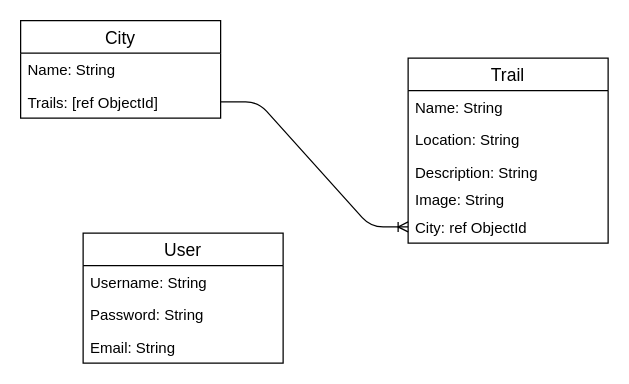
Before: erd.drawio in aliciaroeck/trail-legs-2, a draw.io diagram. Source tidied: cells renumbered, new cells numbered last; positions are measured from the earlier drawing's top-left corner, leaving out a move shared by most shapes. Both pictures are drawn from the tidied source at 125%, with x=0, y=0 at pixel (20, 20).
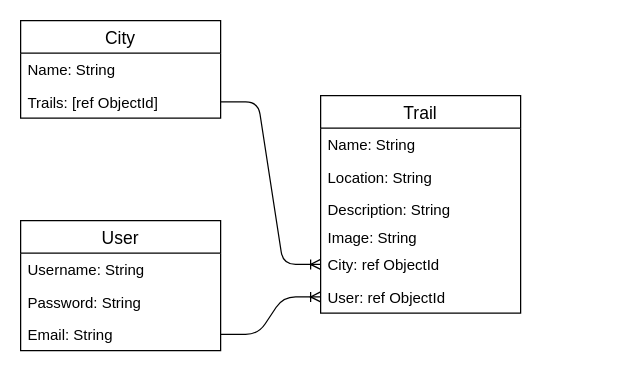
After the change.

Commit message (it also covers changes not shown here):
added User to erd, trail schema, and create route

Diff of the diagram source:
```diff
@@
 <mxGraphModel>
   <root>
     <mxCell id="0" />
     <mxCell id="1" parent="0" />
     <mxCell id="2" value="City" style="swimlane;fontStyle=0;horizontal=1;startSize=26;align=center;fontSize=14;" parent="1" vertex="1">
       <mxGeometry width="160" height="78" as="geometry" />
     </mxCell>
     <mxCell id="3" value="Name: String" style="text;strokeColor=none;fillColor=none;spacingLeft=4;spacingRight=4;overflow=hidden;fontSize=12;" parent="2" vertex="1">
       <mxGeometry y="26" width="160" height="26" as="geometry" />
     </mxCell>
     <mxCell id="4" value="Trails: [ref ObjectId]" style="text;strokeColor=none;fillColor=none;spacingLeft=4;spacingRight=4;overflow=hidden;points=[[0,0.5],[1,0.5]];portConstraint=eastwest;fontSize=12;" parent="2" vertex="1">
       <mxGeometry y="52" width="160" height="26" as="geometry" />
     </mxCell>
+    <mxCell id="11" style="edgeStyle=entityRelationEdgeStyle;fontSize=12;html=1;endArrow=ERoneToMany;exitX=1;exitY=0.5;exitDx=0;exitDy=0;entryX=0;entryY=0.5;entryDx=0;entryDy=0;" parent="1" edge="1" source="4" target="10">
+      <mxGeometry relative="1" as="geometry" />
+    </mxCell>
     <mxCell id="5" value="Trail" style="swimlane;fontStyle=0;horizontal=1;startSize=26;align=center;fontSize=14;" parent="1" vertex="1">
-      <mxGeometry x="310" y="30" width="160" height="148" as="geometry" />
+      <mxGeometry x="240" y="60" width="160" height="174" as="geometry" />
     </mxCell>
     <mxCell id="6" value="Name: String" style="text;strokeColor=none;fillColor=none;spacingLeft=4;spacingRight=4;overflow=hidden;fontSize=12;" parent="5" vertex="1">
       <mxGeometry y="26" width="160" height="26" as="geometry" />
     </mxCell>
     <mxCell id="7" value="Location: String" style="text;strokeColor=none;fillColor=none;spacingLeft=4;spacingRight=4;overflow=hidden;fontSize=12;" parent="5" vertex="1">
       <mxGeometry y="52" width="160" height="26" as="geometry" />
     </mxCell>
     <mxCell id="8" value="Description: String" style="text;strokeColor=none;fillColor=none;spacingLeft=4;spacingRight=4;overflow=hidden;fontSize=12;" parent="5" vertex="1">
       <mxGeometry y="78" width="160" height="22" as="geometry" />
     </mxCell>
     <mxCell id="9" value="Image: String" style="text;strokeColor=none;fillColor=none;spacingLeft=4;spacingRight=4;overflow=hidden;fontSize=12;" parent="5" vertex="1">
       <mxGeometry y="100" width="160" height="22" as="geometry" />
     </mxCell>
     <mxCell id="10" value="City: ref ObjectId" style="text;strokeColor=none;fillColor=none;spacingLeft=4;spacingRight=4;overflow=hidden;points=[[0,0.5],[1,0.5]];portConstraint=eastwest;fontSize=12;" parent="5" vertex="1">
       <mxGeometry y="122" width="160" height="26" as="geometry" />
     </mxCell>
-    <mxCell id="11" style="edgeStyle=entityRelationEdgeStyle;fontSize=12;html=1;endArrow=ERoneToMany;exitX=1;exitY=0.5;exitDx=0;exitDy=0;entryX=0;entryY=0.5;entryDx=0;entryDy=0;" parent="1" edge="1" source="4" target="10">
-      <mxGeometry relative="1" as="geometry" />
-    </mxCell>
+    <mxCell id="16" value="User: ref ObjectId" style="text;strokeColor=none;fillColor=none;spacingLeft=4;spacingRight=4;overflow=hidden;points=[[0,0.5],[1,0.5]];portConstraint=eastwest;fontSize=12;" parent="5" vertex="1">
+      <mxGeometry y="148" width="160" height="26" as="geometry" />
+    </mxCell>
+    <mxCell id="17" style="edgeStyle=entityRelationEdgeStyle;fontSize=12;html=1;endArrow=ERoneToMany;entryX=0;entryY=0.5;entryDx=0;entryDy=0;exitX=1;exitY=0.5;exitDx=0;exitDy=0;" parent="1" edge="1" source="15" target="16">
+      <mxGeometry relative="1" as="geometry" />
+    </mxCell>
     <mxCell id="12" value="User" style="swimlane;fontStyle=0;horizontal=1;startSize=26;align=center;fontSize=14;" parent="1" vertex="1">
-      <mxGeometry x="50" y="170" width="160" height="104" as="geometry" />
+      <mxGeometry y="160" width="160" height="104" as="geometry" />
     </mxCell>
     <mxCell id="13" value="Username: String" style="text;strokeColor=none;fillColor=none;spacingLeft=4;spacingRight=4;overflow=hidden;fontSize=12;" parent="12" vertex="1">
       <mxGeometry y="26" width="160" height="26" as="geometry" />
     </mxCell>
     <mxCell id="14" value="Password: String" style="text;strokeColor=none;fillColor=none;spacingLeft=4;spacingRight=4;overflow=hidden;fontSize=12;" parent="12" vertex="1">
       <mxGeometry y="52" width="160" height="26" as="geometry" />
     </mxCell>
     <mxCell id="15" value="Email: String" style="text;strokeColor=none;fillColor=none;spacingLeft=4;spacingRight=4;overflow=hidden;points=[[0,0.5],[1,0.5]];portConstraint=eastwest;fontSize=12;" parent="12" vertex="1">
       <mxGeometry y="78" width="160" height="26" as="geometry" />
     </mxCell>
   </root>
 </mxGraphModel>
```
